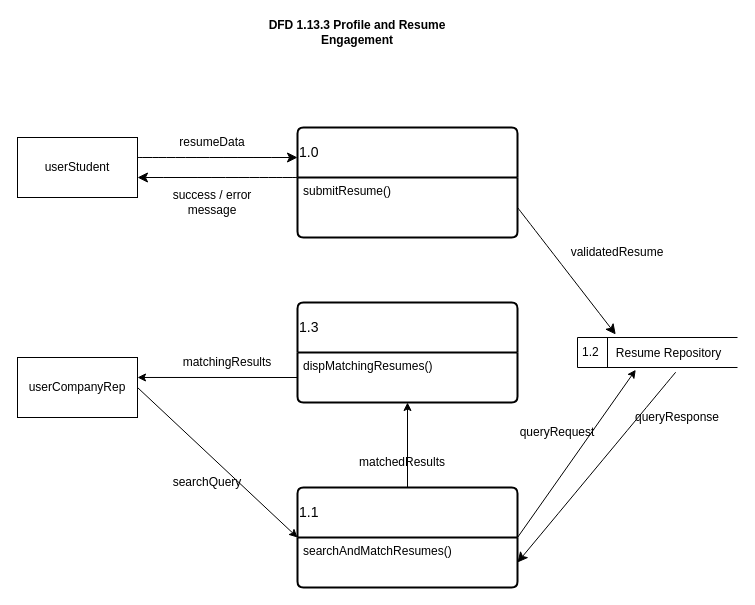
The draw.io diagram 03_Team_Work/Team5/Milestone_3_Components/IC_Done/WT_M3_Team5_ProfileAndResumeEngagementDFD_v1.drawio in JmmonJeremy/CareerBound-SDD, before the edit. Source tidied: cells renumbered, new cells numbered last; positions are measured from the earlier drawing's top-left corner, leaving out a move shared by most shapes. Both pictures are drawn from the tidied source at 100%, with x=0, y=0 at pixel (17, 17).
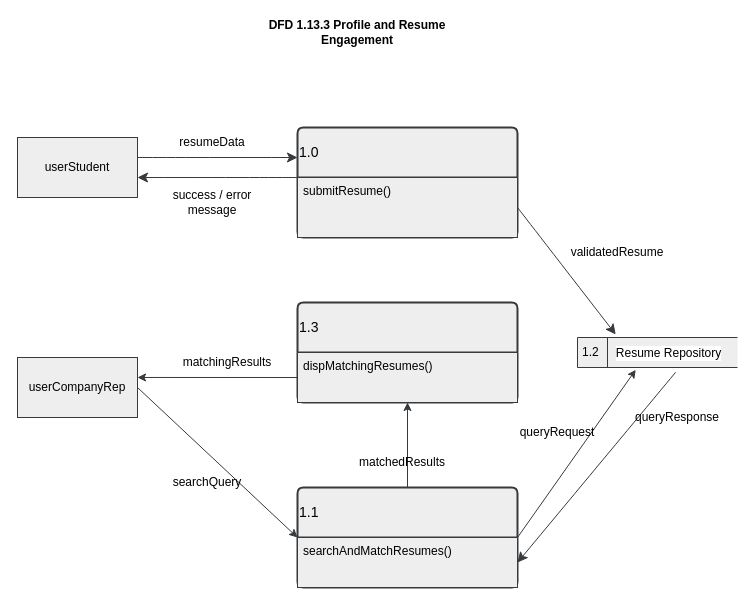
The same diagram, later.

Commit message:
updated profile interaction DFD

What changed in the source:
```diff
@@
-    <mxCell id="2" value="&lt;b&gt;DFD 1.13.3 Profile and Resume Engagement&lt;/b&gt;" style="text;html=1;whiteSpace=wrap;strokeColor=none;fillColor=none;align=center;verticalAlign=middle;rounded=0;" parent="1" vertex="1">
+    <mxCell id="2" value="&lt;b&gt;DFD 1.13.3 Profile and Resume Engagement&lt;/b&gt;" style="text;html=1;whiteSpace=wrap;align=center;verticalAlign=middle;rounded=0;fillColor=none;strokeColor=none;" parent="1" vertex="1">
       <mxGeometry x="220" width="240" height="30" as="geometry" />
     </mxCell>
-    <mxCell id="3" value="userStudent" style="whiteSpace=wrap;html=1;" parent="1" vertex="1">
+    <mxCell id="3" value="userStudent" style="whiteSpace=wrap;html=1;fillColor=#eeeeee;strokeColor=#36393d;" parent="1" vertex="1">
       <mxGeometry y="120" width="120" height="60" as="geometry" />
     </mxCell>
-    <mxCell id="4" style="endArrow=classic;html=1;rounded=0;fontSize=12;startSize=8;endSize=8;curved=1;" parent="1" edge="1">
+    <mxCell id="4" style="endArrow=classic;html=1;rounded=0;fontSize=12;startSize=8;endSize=8;curved=1;fillColor=#eeeeee;strokeColor=#36393d;" parent="1" edge="1">
       <mxGeometry relative="1" as="geometry">
         <mxPoint x="120" y="140" as="sourcePoint" />
         <mxPoint x="280" y="140" as="targetPoint" />
       </mxGeometry>
     </mxCell>
-    <mxCell id="5" style="endArrow=classic;html=1;rounded=0;fontSize=12;startSize=8;endSize=8;curved=1;" parent="1" edge="1">
+    <mxCell id="5" style="endArrow=classic;html=1;rounded=0;fontSize=12;startSize=8;endSize=8;curved=1;fillColor=#eeeeee;strokeColor=#36393d;" parent="1" edge="1">
       <mxGeometry relative="1" as="geometry">
         <mxPoint x="280" y="160" as="sourcePoint" />
         <mxPoint x="120" y="160" as="targetPoint" />
       </mxGeometry>
     </mxCell>
-    <mxCell id="6" value="1.0" style="swimlane;horizontal=1;startSize=50;rounded=1;fontSize=14;fontStyle=0;strokeWidth=2;shadow=0;dashed=0;align=left;arcSize=4;whiteSpace=wrap;html=1;" parent="1" vertex="1">
+    <mxCell id="6" value="1.0" style="swimlane;horizontal=1;startSize=50;rounded=1;fontSize=14;fontStyle=0;strokeWidth=2;shadow=0;dashed=0;align=left;arcSize=4;whiteSpace=wrap;html=1;fillColor=#eeeeee;strokeColor=#36393d;" parent="1" vertex="1">
       <mxGeometry x="280" y="110" width="220" height="110" as="geometry" />
     </mxCell>
-    <mxCell id="7" value="submitResume()&lt;div&gt;&lt;br&gt;&lt;/div&gt;" style="align=left;strokeColor=none;fillColor=none;spacingLeft=4;spacingRight=4;fontSize=12;verticalAlign=top;html=1;whiteSpace=wrap;" parent="6" vertex="1">
+    <mxCell id="7" value="submitResume()&lt;div&gt;&lt;br&gt;&lt;/div&gt;" style="align=left;spacingLeft=4;spacingRight=4;fontSize=12;verticalAlign=top;html=1;whiteSpace=wrap;fillColor=#eeeeee;strokeColor=#36393d;" parent="6" vertex="1">
       <mxGeometry y="50" width="220" height="60" as="geometry" />
     </mxCell>
-    <mxCell id="8" value="resumeData" style="text;html=1;whiteSpace=wrap;strokeColor=none;fillColor=none;align=center;verticalAlign=middle;rounded=0;" parent="1" vertex="1">
+    <mxCell id="8" value="resumeData" style="text;html=1;whiteSpace=wrap;align=center;verticalAlign=middle;rounded=0;fillColor=none;strokeColor=none;" parent="1" vertex="1">
       <mxGeometry x="165" y="110" width="60" height="30" as="geometry" />
     </mxCell>
-    <mxCell id="9" value="success / error message" style="text;html=1;whiteSpace=wrap;strokeColor=none;fillColor=none;align=center;verticalAlign=middle;rounded=0;" parent="1" vertex="1">
+    <mxCell id="9" value="success / error message" style="text;html=1;whiteSpace=wrap;align=center;verticalAlign=middle;rounded=0;fillColor=none;strokeColor=none;" parent="1" vertex="1">
       <mxGeometry x="150" y="170" width="90" height="30" as="geometry" />
     </mxCell>
-    <mxCell id="10" value="1.3" style="swimlane;horizontal=1;startSize=50;rounded=1;fontSize=14;fontStyle=0;strokeWidth=2;shadow=0;dashed=0;align=left;arcSize=4;whiteSpace=wrap;html=1;" parent="1" vertex="1">
+    <mxCell id="10" value="1.3" style="swimlane;horizontal=1;startSize=50;rounded=1;fontSize=14;fontStyle=0;strokeWidth=2;shadow=0;dashed=0;align=left;arcSize=4;whiteSpace=wrap;html=1;fillColor=#eeeeee;strokeColor=#36393d;" parent="1" vertex="1">
       <mxGeometry x="280" y="285" width="220" height="100" as="geometry" />
     </mxCell>
-    <mxCell id="11" value="dispMatchingResumes()" style="align=left;strokeColor=none;fillColor=none;spacingLeft=4;spacingRight=4;fontSize=12;verticalAlign=top;html=1;whiteSpace=wrap;" parent="10" vertex="1">
+    <mxCell id="11" value="dispMatchingResumes()" style="align=left;spacingLeft=4;spacingRight=4;fontSize=12;verticalAlign=top;html=1;whiteSpace=wrap;fillColor=#eeeeee;strokeColor=#36393d;" parent="10" vertex="1">
       <mxGeometry y="50" width="220" height="50" as="geometry" />
     </mxCell>
-    <mxCell id="12" value="1.1" style="swimlane;horizontal=1;startSize=50;rounded=1;fontSize=14;fontStyle=0;strokeWidth=2;shadow=0;dashed=0;align=left;arcSize=4;whiteSpace=wrap;html=1;" parent="1" vertex="1">
+    <mxCell id="12" value="1.1" style="swimlane;horizontal=1;startSize=50;rounded=1;fontSize=14;fontStyle=0;strokeWidth=2;shadow=0;dashed=0;align=left;arcSize=4;whiteSpace=wrap;html=1;fillColor=#eeeeee;strokeColor=#36393d;" parent="1" vertex="1">
       <mxGeometry x="280" y="470" width="220" height="100" as="geometry" />
     </mxCell>
-    <mxCell id="13" value="searchAndMatchResumes()" style="align=left;strokeColor=none;fillColor=none;spacingLeft=4;spacingRight=4;fontSize=12;verticalAlign=top;html=1;whiteSpace=wrap;" parent="12" vertex="1">
+    <mxCell id="13" value="searchAndMatchResumes()" style="align=left;spacingLeft=4;spacingRight=4;fontSize=12;verticalAlign=top;html=1;whiteSpace=wrap;fillColor=#eeeeee;strokeColor=#36393d;" parent="12" vertex="1">
       <mxGeometry y="50" width="220" height="50" as="geometry" />
     </mxCell>
-    <mxCell id="14" style="rounded=0;jettySize=auto;html=1;exitX=1;exitY=0.5;exitDx=0;exitDy=0;entryX=0;entryY=0.5;entryDx=0;entryDy=0;" parent="1" edge="1" source="15" target="12">
+    <mxCell id="14" style="rounded=0;jettySize=auto;html=1;exitX=1;exitY=0.5;exitDx=0;exitDy=0;entryX=0;entryY=0.5;entryDx=0;entryDy=0;fillColor=#eeeeee;strokeColor=#36393d;" parent="1" edge="1" source="15" target="12">
       <mxGeometry relative="1" as="geometry" />
     </mxCell>
-    <mxCell id="15" value="userCompanyRep" style="whiteSpace=wrap;html=1;" parent="1" vertex="1">
+    <mxCell id="15" value="userCompanyRep" style="whiteSpace=wrap;html=1;fillColor=#eeeeee;strokeColor=#36393d;" parent="1" vertex="1">
       <mxGeometry y="340" width="120" height="60" as="geometry" />
     </mxCell>
-    <mxCell id="16" value="searchQuery" style="text;html=1;whiteSpace=wrap;strokeColor=none;fillColor=none;align=center;verticalAlign=middle;rounded=0;" parent="1" vertex="1">
+    <mxCell id="16" value="searchQuery" style="text;html=1;whiteSpace=wrap;align=center;verticalAlign=middle;rounded=0;fillColor=none;strokeColor=none;" parent="1" vertex="1">
       <mxGeometry x="160" y="450" width="60" height="30" as="geometry" />
     </mxCell>
-    <mxCell id="17" style="endArrow=classic;html=1;rounded=0;fontSize=12;startSize=8;endSize=8;curved=1;exitX=1;exitY=0.5;exitDx=0;exitDy=0;entryX=0.239;entryY=-0.1;entryDx=0;entryDy=0;entryPerimeter=0;" parent="1" edge="1" source="7" target="20">
+    <mxCell id="17" style="endArrow=classic;html=1;rounded=0;fontSize=12;startSize=8;endSize=8;curved=1;exitX=1;exitY=0.5;exitDx=0;exitDy=0;entryX=0.239;entryY=-0.1;entryDx=0;entryDy=0;entryPerimeter=0;fillColor=#eeeeee;strokeColor=#36393d;" parent="1" edge="1" source="7" target="20">
       <mxGeometry relative="1" as="geometry" />
     </mxCell>
-    <mxCell id="18" style="endArrow=classic;html=1;rounded=0;fontSize=12;startSize=8;endSize=8;curved=1;entryX=1;entryY=0.5;entryDx=0;entryDy=0;exitX=0.614;exitY=1.155;exitDx=0;exitDy=0;exitPerimeter=0;" parent="1" edge="1" source="20" target="13">
+    <mxCell id="18" style="endArrow=classic;html=1;rounded=0;fontSize=12;startSize=8;endSize=8;curved=1;entryX=1;entryY=0.5;entryDx=0;entryDy=0;exitX=0.614;exitY=1.155;exitDx=0;exitDy=0;exitPerimeter=0;fillColor=#eeeeee;strokeColor=#36393d;" parent="1" edge="1" source="20" target="13">
       <mxGeometry relative="1" as="geometry" />
     </mxCell>
-    <mxCell id="19" value="validatedResume" style="text;html=1;whiteSpace=wrap;strokeColor=none;fillColor=none;align=center;verticalAlign=middle;rounded=0;" parent="1" vertex="1">
+    <mxCell id="19" value="validatedResume" style="text;html=1;whiteSpace=wrap;align=center;verticalAlign=middle;rounded=0;fillColor=none;strokeColor=none;" parent="1" vertex="1">
       <mxGeometry x="550" y="220" width="100" height="30" as="geometry" />
     </mxCell>
-    <mxCell id="20" value="1.2" style="html=1;dashed=0;whiteSpace=wrap;shape=mxgraph.dfd.dataStoreID;align=left;spacingLeft=3;points=[[0,0],[0.5,0],[1,0],[0,0.5],[1,0.5],[0,1],[0.5,1],[1,1]];" parent="1" vertex="1">
+    <mxCell id="20" value="1.2" style="html=1;dashed=0;whiteSpace=wrap;shape=mxgraph.dfd.dataStoreID;align=left;spacingLeft=3;points=[[0,0],[0.5,0],[1,0],[0,0.5],[1,0.5],[0,1],[0.5,1],[1,1]];fillColor=#eeeeee;strokeColor=#36393d;" parent="1" vertex="1">
       <mxGeometry x="560" y="320" width="160" height="30" as="geometry" />
     </mxCell>
-    <mxCell id="21" value="Resume Repository" style="edgeLabel;html=1;align=center;verticalAlign=middle;fontSize=12;" parent="1" vertex="1">
+    <mxCell id="21" value="&lt;span&gt;Resume Repository&lt;/span&gt;" style="edgeLabel;html=1;align=center;verticalAlign=middle;fontSize=12;fillColor=#eeeeee;strokeColor=#36393d;" parent="1" vertex="1">
       <mxGeometry x="650" y="335" as="geometry" />
     </mxCell>
-    <mxCell id="22" style="rounded=0;jettySize=auto;html=1;exitX=0.5;exitY=0;exitDx=0;exitDy=0;entryX=0.5;entryY=1;entryDx=0;entryDy=0;" parent="1" edge="1" source="12" target="11">
+    <mxCell id="22" style="rounded=0;jettySize=auto;html=1;exitX=0.5;exitY=0;exitDx=0;exitDy=0;entryX=0.5;entryY=1;entryDx=0;entryDy=0;fillColor=#eeeeee;strokeColor=#36393d;" parent="1" edge="1" source="12" target="11">
       <mxGeometry relative="1" as="geometry" />
     </mxCell>
-    <mxCell id="23" value="matchedResults" style="text;html=1;whiteSpace=wrap;strokeColor=none;fillColor=none;align=center;verticalAlign=middle;rounded=0;" parent="1" vertex="1">
+    <mxCell id="23" value="matchedResults" style="text;html=1;whiteSpace=wrap;align=center;verticalAlign=middle;rounded=0;fillColor=none;strokeColor=none;" parent="1" vertex="1">
       <mxGeometry x="355" y="430" width="60" height="30" as="geometry" />
     </mxCell>
-    <mxCell id="24" value="queryResponse" style="text;html=1;whiteSpace=wrap;strokeColor=none;fillColor=none;align=center;verticalAlign=middle;rounded=0;rotation=0;" parent="1" vertex="1">
+    <mxCell id="24" value="queryResponse" style="text;html=1;whiteSpace=wrap;align=center;verticalAlign=middle;rounded=0;rotation=0;fillColor=none;strokeColor=none;" parent="1" vertex="1">
       <mxGeometry x="630" y="385" width="60" height="30" as="geometry" />
     </mxCell>
-    <mxCell id="25" style="rounded=0;jettySize=auto;html=1;entryX=0.364;entryY=1.076;entryDx=0;entryDy=0;entryPerimeter=0;exitX=1;exitY=0;exitDx=0;exitDy=0;" parent="1" edge="1" source="13" target="20">
+    <mxCell id="25" style="rounded=0;jettySize=auto;html=1;entryX=0.364;entryY=1.076;entryDx=0;entryDy=0;entryPerimeter=0;exitX=1;exitY=0;exitDx=0;exitDy=0;fillColor=#eeeeee;strokeColor=#36393d;" parent="1" edge="1" source="13" target="20">
       <mxGeometry relative="1" as="geometry" />
     </mxCell>
-    <mxCell id="26" value="queryRequest" style="text;html=1;whiteSpace=wrap;strokeColor=none;fillColor=none;align=center;verticalAlign=middle;rounded=0;rotation=0;" parent="1" vertex="1">
+    <mxCell id="26" value="queryRequest" style="text;html=1;whiteSpace=wrap;align=center;verticalAlign=middle;rounded=0;rotation=0;fillColor=none;strokeColor=none;" parent="1" vertex="1">
       <mxGeometry x="510" y="400" width="60" height="30" as="geometry" />
     </mxCell>
-    <mxCell id="27" style="rounded=0;jettySize=auto;html=1;exitX=0;exitY=0.5;exitDx=0;exitDy=0;entryX=1;entryY=0.333;entryDx=0;entryDy=0;entryPerimeter=0;" parent="1" edge="1" source="11" target="15">
+    <mxCell id="27" style="rounded=0;jettySize=auto;html=1;exitX=0;exitY=0.5;exitDx=0;exitDy=0;entryX=1;entryY=0.333;entryDx=0;entryDy=0;entryPerimeter=0;fillColor=#eeeeee;strokeColor=#36393d;" parent="1" edge="1" source="11" target="15">
       <mxGeometry relative="1" as="geometry" />
     </mxCell>
-    <mxCell id="28" value="matchingResults" style="text;html=1;whiteSpace=wrap;strokeColor=none;fillColor=none;align=center;verticalAlign=middle;rounded=0;" parent="1" vertex="1">
+    <mxCell id="28" value="matchingResults" style="text;html=1;whiteSpace=wrap;align=center;verticalAlign=middle;rounded=0;fillColor=none;strokeColor=none;" parent="1" vertex="1">
       <mxGeometry x="160" y="330" width="100" height="30" as="geometry" />
     </mxCell>
```
